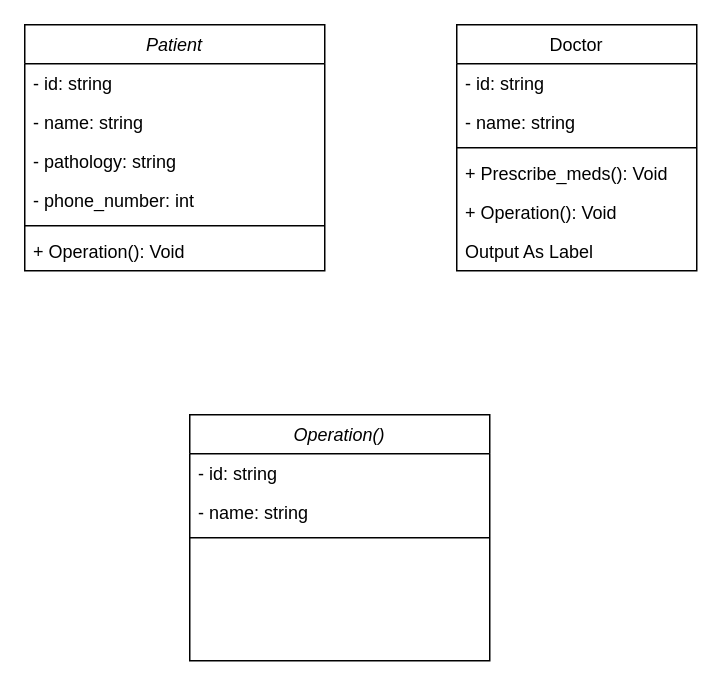
GRMiguelAngel/ETS keeps this draw.io diagram as Diagrama de clases/DClases-sistema_hospitalario.drawio. Above is the earlier version. Source tidied: cells renumbered, new cells numbered last; positions are measured from the earlier drawing's top-left corner, leaving out a move shared by most shapes. Both pictures are drawn from the tidied source at 150%, with x=0, y=0 at pixel (24, 24).
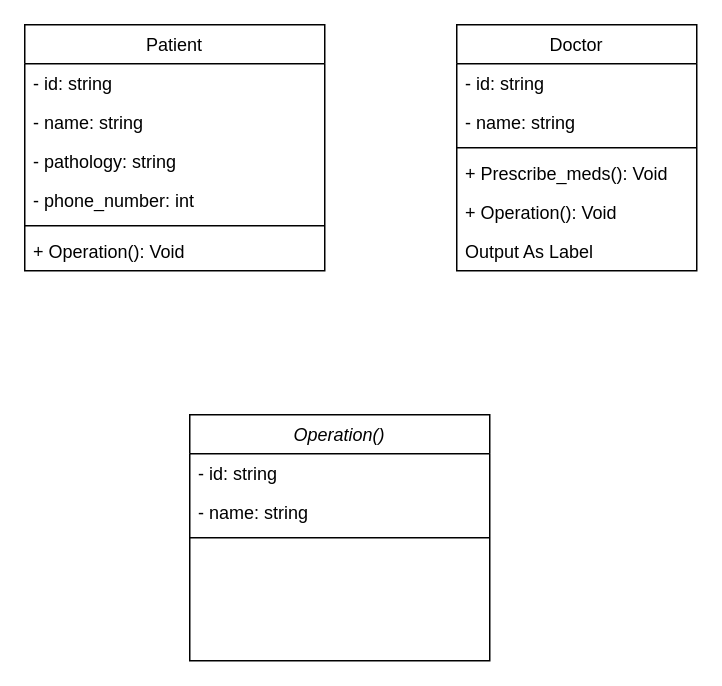
Above is the later version.

What changed in the source:
```diff
@@
 <mxGraphModel>
   <root>
     <mxCell id="0" />
     <mxCell id="1" parent="0" />
-    <mxCell id="2" value="Patient" style="swimlane;fontStyle=2;align=center;verticalAlign=top;horizontal=1;startSize=26;rounded=0;shadow=0;strokeWidth=1;" parent="1" vertex="1">
+    <mxCell id="2" value="Patient" style="swimlane;fontStyle=0;align=center;verticalAlign=top;horizontal=1;startSize=26;rounded=0;shadow=0;strokeWidth=1;" parent="1" vertex="1">
       <mxGeometry width="200" height="164" as="geometry" />
     </mxCell>
     <mxCell id="3" value="- id: string" style="text;align=left;verticalAlign=top;spacingLeft=4;spacingRight=4;overflow=hidden;" parent="2" vertex="1">
       <mxGeometry y="26" width="200" height="26" as="geometry" />
     </mxCell>
     <mxCell id="4" value="- name: string" style="text;align=left;verticalAlign=top;spacingLeft=4;spacingRight=4;overflow=hidden;rounded=0;shadow=0;html=0;" parent="2" vertex="1">
       <mxGeometry y="52" width="200" height="26" as="geometry" />
     </mxCell>
     <mxCell id="5" value="- pathology: string" style="text;align=left;verticalAlign=top;spacingLeft=4;spacingRight=4;overflow=hidden;rounded=0;shadow=0;html=0;" parent="2" vertex="1">
       <mxGeometry y="78" width="200" height="26" as="geometry" />
     </mxCell>
     <mxCell id="6" value="- phone_number: int" style="text;align=left;verticalAlign=top;spacingLeft=4;spacingRight=4;overflow=hidden;rounded=0;shadow=0;html=0;" parent="2" vertex="1">
       <mxGeometry y="104" width="200" height="26" as="geometry" />
     </mxCell>
     <mxCell id="7" style="line;html=1;strokeWidth=1;align=left;verticalAlign=middle;spacingTop=-1;spacingLeft=3;spacingRight=3;labelPosition=right;" parent="2" vertex="1">
       <mxGeometry y="130" width="200" height="8" as="geometry" />
     </mxCell>
     <mxCell id="8" value="+ Operation(): Void" style="text;align=left;verticalAlign=top;spacingLeft=4;spacingRight=4;overflow=hidden;" parent="2" vertex="1">
       <mxGeometry y="138" width="200" height="26" as="geometry" />
     </mxCell>
     <mxCell id="9" value="Doctor" style="swimlane;fontStyle=0;align=center;verticalAlign=top;horizontal=1;startSize=26;rounded=0;shadow=0;strokeWidth=1;" parent="1" vertex="1">
       <mxGeometry x="288" width="160" height="164" as="geometry" />
     </mxCell>
     <mxCell id="10" value="- id: string" style="text;align=left;verticalAlign=top;spacingLeft=4;spacingRight=4;overflow=hidden;" parent="9" vertex="1">
       <mxGeometry y="26" width="160" height="26" as="geometry" />
     </mxCell>
     <mxCell id="11" value="- name: string" style="text;align=left;verticalAlign=top;spacingLeft=4;spacingRight=4;overflow=hidden;rounded=0;shadow=0;html=0;" parent="9" vertex="1">
       <mxGeometry y="52" width="160" height="26" as="geometry" />
     </mxCell>
     <mxCell id="12" style="line;html=1;strokeWidth=1;align=left;verticalAlign=middle;spacingTop=-1;spacingLeft=3;spacingRight=3;labelPosition=right;" parent="9" vertex="1">
       <mxGeometry y="78" width="160" height="8" as="geometry" />
     </mxCell>
     <mxCell id="13" value="+ Prescribe_meds(): Void" style="text;align=left;verticalAlign=top;spacingLeft=4;spacingRight=4;overflow=hidden;" parent="9" vertex="1">
       <mxGeometry y="86" width="160" height="26" as="geometry" />
     </mxCell>
     <mxCell id="14" value="+ Operation(): Void" style="text;align=left;verticalAlign=top;spacingLeft=4;spacingRight=4;overflow=hidden;" parent="9" vertex="1">
       <mxGeometry y="112" width="160" height="26" as="geometry" />
     </mxCell>
     <mxCell id="15" value="Output As Label" style="text;align=left;verticalAlign=top;spacingLeft=4;spacingRight=4;overflow=hidden;" parent="9" vertex="1">
       <mxGeometry y="138" width="160" height="26" as="geometry" />
     </mxCell>
     <mxCell id="16" value="Operation()" style="swimlane;fontStyle=2;align=center;verticalAlign=top;horizontal=1;startSize=26;rounded=0;shadow=0;strokeWidth=1;" parent="1" vertex="1">
       <mxGeometry x="110" y="260" width="200" height="164" as="geometry" />
     </mxCell>
     <mxCell id="17" value="- id: string" style="text;align=left;verticalAlign=top;spacingLeft=4;spacingRight=4;overflow=hidden;" parent="16" vertex="1">
       <mxGeometry y="26" width="200" height="26" as="geometry" />
     </mxCell>
     <mxCell id="18" value="- name: string" style="text;align=left;verticalAlign=top;spacingLeft=4;spacingRight=4;overflow=hidden;rounded=0;shadow=0;html=0;" parent="16" vertex="1">
       <mxGeometry y="52" width="200" height="26" as="geometry" />
     </mxCell>
     <mxCell id="19" style="line;html=1;strokeWidth=1;align=left;verticalAlign=middle;spacingTop=-1;spacingLeft=3;spacingRight=3;labelPosition=right;" parent="16" vertex="1">
       <mxGeometry y="78" width="200" height="8" as="geometry" />
     </mxCell>
   </root>
 </mxGraphModel>
```
